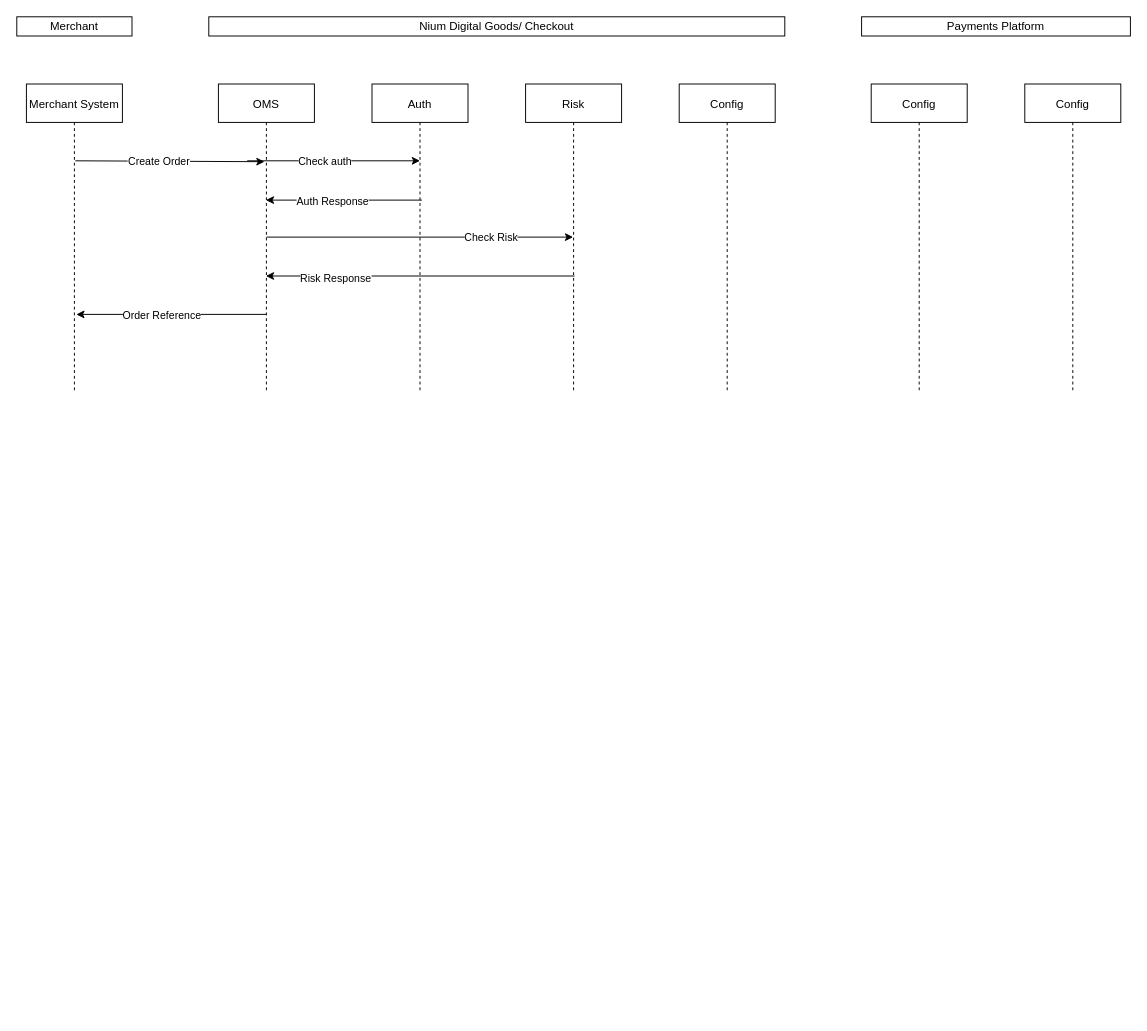
Earlier version of the draw.io diagram Untitled Diagram.drawio (iostreamer-X/projects). Source tidied: cells renumbered, new cells numbered last; positions are measured from the earlier drawing's top-left corner, leaving out a move shared by most shapes. Both pictures are drawn from the tidied source at 96%, with x=0, y=0 at pixel (16, 16).
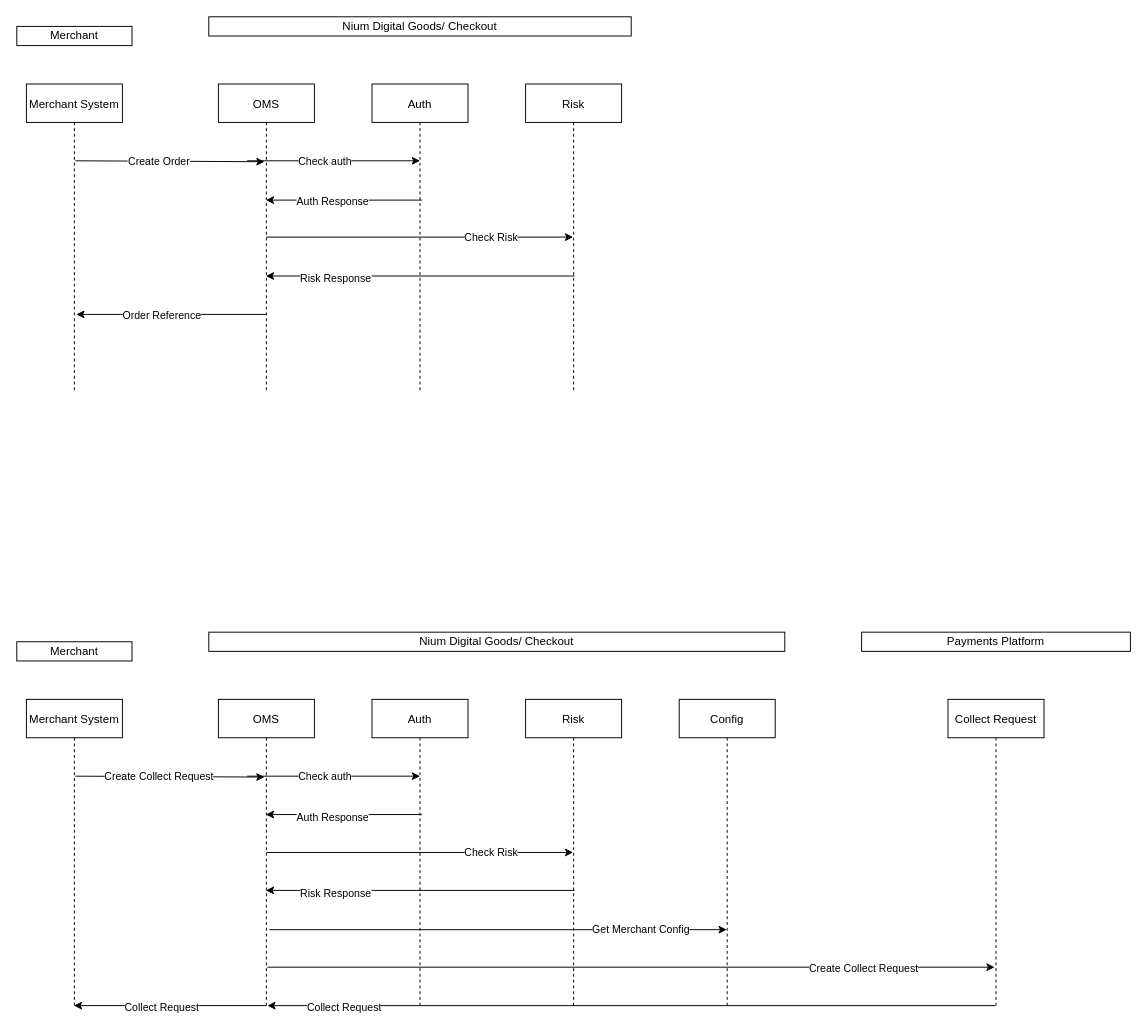
Above is the later version.

The edit, as a diff of the source:
```diff
@@
-    <mxCell id="6" value="Config" style="shape=umlLifeline;perimeter=lifelinePerimeter;rounded=0;shadow=0;strokeWidth=1;strokeColor=default;gradientColor=none;" parent="1" vertex="1">
-      <mxGeometry x="690" y="70" width="100" height="320" as="geometry" />
-    </mxCell>
-    <mxCell id="7" value="Config" style="shape=umlLifeline;perimeter=lifelinePerimeter;rounded=0;shadow=0;strokeWidth=1;strokeColor=default;gradientColor=none;" parent="1" vertex="1">
-      <mxGeometry x="890" y="70" width="100" height="320" as="geometry" />
-    </mxCell>
-    <mxCell id="8" value="Config" style="shape=umlLifeline;perimeter=lifelinePerimeter;rounded=0;shadow=0;strokeWidth=1;strokeColor=default;gradientColor=none;" parent="1" vertex="1">
-      <mxGeometry x="1050" y="70" width="100" height="320" as="geometry" />
-    </mxCell>
@@
     <mxCell id="21" value="Merchant" style="rounded=0;whiteSpace=wrap;html=1;strokeColor=default;fillColor=default;gradientColor=none;" parent="1" vertex="1">
-      <mxGeometry width="120" height="20" as="geometry" />
+      <mxGeometry y="10" width="120" height="20" as="geometry" />
     </mxCell>
     <mxCell id="22" value="Nium Digital Goods/ Checkout" style="rounded=0;whiteSpace=wrap;html=1;strokeColor=default;fillColor=default;gradientColor=none;" parent="1" vertex="1">
-      <mxGeometry x="200" width="600" height="20" as="geometry" />
+      <mxGeometry x="200" width="440" height="20" as="geometry" />
     </mxCell>
+    <mxCell id="24" value="Merchant System" style="shape=umlLifeline;perimeter=lifelinePerimeter;rounded=0;shadow=0;strokeWidth=1;strokeColor=default;gradientColor=none;" parent="1" vertex="1">
+      <mxGeometry x="10" y="711" width="100" height="320" as="geometry" />
+    </mxCell>
+    <mxCell id="25" value="OMS" style="shape=umlLifeline;perimeter=lifelinePerimeter;rounded=0;shadow=0;strokeWidth=1;strokeColor=default;gradientColor=none;" parent="1" vertex="1">
+      <mxGeometry x="210" y="711" width="100" height="320" as="geometry" />
+    </mxCell>
+    <mxCell id="26" value="Auth" style="shape=umlLifeline;perimeter=lifelinePerimeter;rounded=0;shadow=0;strokeWidth=1;strokeColor=default;gradientColor=none;" parent="1" vertex="1">
+      <mxGeometry x="370" y="711" width="100" height="320" as="geometry" />
+    </mxCell>
+    <mxCell id="27" value="Risk" style="shape=umlLifeline;perimeter=lifelinePerimeter;rounded=0;shadow=0;strokeWidth=1;strokeColor=default;gradientColor=none;" parent="1" vertex="1">
+      <mxGeometry x="530" y="711" width="100" height="320" as="geometry" />
+    </mxCell>
+    <mxCell id="28" value="Config" style="shape=umlLifeline;perimeter=lifelinePerimeter;rounded=0;shadow=0;strokeWidth=1;strokeColor=default;gradientColor=none;" parent="1" vertex="1">
+      <mxGeometry x="690" y="711" width="100" height="320" as="geometry" />
+    </mxCell>
+    <mxCell id="29" value="Collect Request" style="shape=umlLifeline;perimeter=lifelinePerimeter;rounded=0;shadow=0;strokeWidth=1;strokeColor=default;gradientColor=none;" parent="1" vertex="1">
+      <mxGeometry x="970" y="711" width="100" height="320" as="geometry" />
+    </mxCell>
+    <mxCell id="30" style="endArrow=classic;html=1;rounded=0;exitX=0.51;exitY=0.25;exitDx=0;exitDy=0;exitPerimeter=0;entryX=0.48;entryY=0.253;entryDx=0;entryDy=0;entryPerimeter=0;" parent="1" edge="1" source="24" target="25">
+      <mxGeometry relative="1" as="geometry" />
+    </mxCell>
+    <mxCell id="31" value="Create Collect Request" style="edgeLabel;html=1;align=center;verticalAlign=middle;" parent="30" vertex="1">
+      <mxGeometry x="-0.12" y="-2" relative="1" as="geometry">
+        <mxPoint y="-2" as="offset" />
+      </mxGeometry>
+    </mxCell>
+    <mxCell id="32" style="endArrow=classic;html=1;rounded=0;exitX=0.51;exitY=0.25;exitDx=0;exitDy=0;exitPerimeter=0;" parent="1" edge="1">
+      <mxGeometry relative="1" as="geometry">
+        <mxPoint x="240" y="791" as="sourcePoint" />
+        <mxPoint x="420" y="791" as="targetPoint" />
+      </mxGeometry>
+    </mxCell>
+    <mxCell id="33" value="Check auth" style="edgeLabel;html=1;align=center;verticalAlign=middle;" parent="32" vertex="1">
+      <mxGeometry x="-0.12" y="-2" relative="1" as="geometry">
+        <mxPoint x="1" y="-2" as="offset" />
+      </mxGeometry>
+    </mxCell>
+    <mxCell id="34" style="endArrow=classic;html=1;rounded=0;exitX=0.51;exitY=0.25;exitDx=0;exitDy=0;exitPerimeter=0;" parent="1" edge="1" target="27">
+      <mxGeometry relative="1" as="geometry">
+        <mxPoint x="260" y="870.5" as="sourcePoint" />
+      </mxGeometry>
+    </mxCell>
+    <mxCell id="35" value="Check Risk" style="edgeLabel;html=1;align=center;verticalAlign=middle;" parent="34" vertex="1">
+      <mxGeometry x="0.46" y="1" relative="1" as="geometry">
+        <mxPoint y="1" as="offset" />
+      </mxGeometry>
+    </mxCell>
+    <mxCell id="36" style="endArrow=classic;html=1;rounded=0;exitX=0.52;exitY=0.378;exitDx=0;exitDy=0;exitPerimeter=0;" parent="1" edge="1">
+      <mxGeometry relative="1" as="geometry">
+        <mxPoint x="422" y="831" as="sourcePoint" />
+        <mxPoint x="259.5" y="831" as="targetPoint" />
+      </mxGeometry>
+    </mxCell>
+    <mxCell id="37" value="Auth Response" style="edgeLabel;html=1;align=center;verticalAlign=middle;" parent="36" vertex="1">
+      <mxGeometry x="0.16" y="2" relative="1" as="geometry" />
+    </mxCell>
+    <mxCell id="38" style="endArrow=classic;html=1;rounded=0;exitX=0.51;exitY=0.625;exitDx=0;exitDy=0;exitPerimeter=0;" parent="1" edge="1">
+      <mxGeometry relative="1" as="geometry">
+        <mxPoint x="581" y="910" as="sourcePoint" />
+        <mxPoint x="259.5" y="910" as="targetPoint" />
+      </mxGeometry>
+    </mxCell>
+    <mxCell id="39" value="Risk Response" style="edgeLabel;html=1;align=center;verticalAlign=middle;" parent="38" vertex="1">
+      <mxGeometry x="0.65" y="2" relative="1" as="geometry">
+        <mxPoint x="15" as="offset" />
+      </mxGeometry>
+    </mxCell>
+    <mxCell id="40" value="Merchant" style="rounded=0;whiteSpace=wrap;html=1;strokeColor=default;fillColor=default;gradientColor=none;" parent="1" vertex="1">
+      <mxGeometry y="651" width="120" height="20" as="geometry" />
+    </mxCell>
+    <mxCell id="41" value="Nium Digital Goods/ Checkout" style="rounded=0;whiteSpace=wrap;html=1;strokeColor=default;fillColor=default;gradientColor=none;" parent="1" vertex="1">
+      <mxGeometry x="200" y="641" width="600" height="20" as="geometry" />
+    </mxCell>
     <mxCell id="23" value="Payments Platform" style="rounded=0;whiteSpace=wrap;html=1;strokeColor=default;fillColor=default;gradientColor=none;" parent="1" vertex="1">
-      <mxGeometry x="880" width="280" height="20" as="geometry" />
+      <mxGeometry x="880" y="641" width="280" height="20" as="geometry" />
     </mxCell>
+    <mxCell id="42" style="endArrow=classic;html=1;rounded=0;exitX=0.53;exitY=0.756;exitDx=0;exitDy=0;exitPerimeter=0;" parent="1" edge="1">
+      <mxGeometry relative="1" as="geometry">
+        <mxPoint x="263" y="950.9" as="sourcePoint" />
+        <mxPoint x="739.5" y="950.9" as="targetPoint" />
+      </mxGeometry>
+    </mxCell>
+    <mxCell id="43" value="Get Merchant Config" style="edgeLabel;html=1;align=center;verticalAlign=middle;" parent="42" vertex="1">
+      <mxGeometry x="0.62" relative="1" as="geometry" />
+    </mxCell>
+    <mxCell id="44" style="endArrow=classic;html=1;rounded=0;exitX=0.52;exitY=0.872;exitDx=0;exitDy=0;exitPerimeter=0;" parent="1" edge="1">
+      <mxGeometry relative="1" as="geometry">
+        <mxPoint x="261" y="990" as="sourcePoint" />
+        <mxPoint x="1018.5" y="990" as="targetPoint" />
+      </mxGeometry>
+    </mxCell>
+    <mxCell id="45" value="Create Collect Request" style="edgeLabel;html=1;align=center;verticalAlign=middle;" parent="44" vertex="1">
+      <mxGeometry x="0.62" y="-1" relative="1" as="geometry">
+        <mxPoint x="6" as="offset" />
+      </mxGeometry>
+    </mxCell>
+    <mxCell id="46" style="endArrow=classic;html=1;rounded=0;entryX=0.51;entryY=0.997;entryDx=0;entryDy=0;entryPerimeter=0;" parent="1" edge="1" source="29" target="25">
+      <mxGeometry relative="1" as="geometry" />
+    </mxCell>
+    <mxCell id="47" value="Collect Request" style="edgeLabel;html=1;align=center;verticalAlign=middle;" parent="46" vertex="1">
+      <mxGeometry x="0.88" y="-1" relative="1" as="geometry">
+        <mxPoint x="34" y="2" as="offset" />
+      </mxGeometry>
+    </mxCell>
+    <mxCell id="48" style="endArrow=classic;html=1;rounded=0;" parent="1" edge="1" target="24">
+      <mxGeometry relative="1" as="geometry">
+        <mxPoint x="260" y="1030" as="sourcePoint" />
+      </mxGeometry>
+    </mxCell>
+    <mxCell id="49" value="Collect Request " style="edgeLabel;html=1;align=center;verticalAlign=middle;" parent="48" vertex="1">
+      <mxGeometry x="0.39" y="1" relative="1" as="geometry">
+        <mxPoint x="29" as="offset" />
+      </mxGeometry>
+    </mxCell>
```
